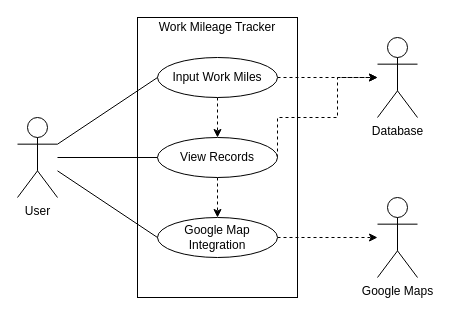
The draw.io diagram diagrams/Use_Case_diagram.drawio in patriciaong977/AutoOdo, before the edit. Source tidied: cells renumbered, new cells numbered last; positions are measured from the earlier drawing's top-left corner, leaving out a move shared by most shapes. Both pictures are drawn from the tidied source at 100%, with x=0, y=0 at pixel (17, 17).
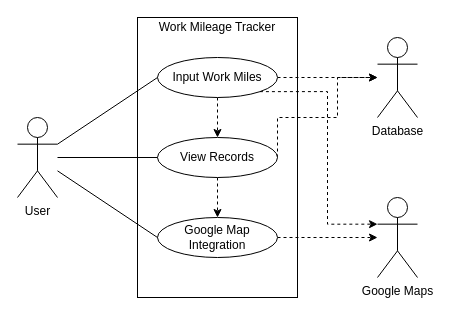
The same page after the edit.

Unchanged cells that the change refers to:
```xml
<mxCell id="6" value="Input Work Miles" style="ellipse;whiteSpace=wrap;html=1;" parent="1" vertex="1">
  <mxGeometry x="140" y="40" width="120" height="40" as="geometry" />
</mxCell>
<mxCell id="17" value="Google Maps" style="shape=umlActor;verticalLabelPosition=bottom;verticalAlign=top;html=1;outlineConnect=0;fillColor=none;" parent="1" vertex="1">
  <mxGeometry x="360" y="180" width="40" height="80" as="geometry" />
</mxCell>
```

Change to the diagram source:
```diff
@@
+    <mxCell id="18" style="edgeStyle=orthogonalEdgeStyle;rounded=0;jettySize=auto;html=1;exitX=1;exitY=1;exitDx=0;exitDy=0;dashed=1;entryX=0;entryY=0.3333333333333333;entryDx=0;entryDy=0;entryPerimeter=0;" parent="1" edge="1" source="6" target="17">
+      <mxGeometry relative="1" as="geometry" />
+    </mxCell>
```
